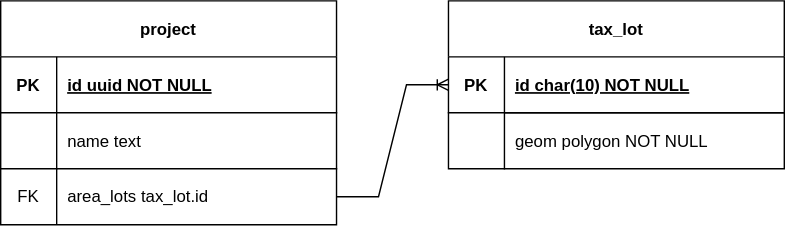
Before: diagram/db.drawio.svg, a diagram exported from draw.io (TangoYankee/purple-hawk). Source tidied: cells renumbered, new cells last; positions are measured from the earlier drawing's top-left corner, leaving out a move shared by most shapes. The source it was exported from:
```xml
<mxGraphModel>
  <root>
    <mxCell id="0" />
    <mxCell id="1" parent="0" />
    <mxCell id="2" value="project" style="shape=table;startSize=40;rowLines=0;fontStyle=1;align=center;" parent="1" vertex="1">
      <mxGeometry width="240" height="160" as="geometry" />
    </mxCell>
    <mxCell id="3" style="shape=partialRectangle;fillColor=none;top=0;left=0;right=0;bottom=1;" parent="2" vertex="1">
      <mxGeometry y="40" width="240" height="40" as="geometry" />
    </mxCell>
    <mxCell id="4" value="PK" style="shape=partialRectangle;overflow=hidden;fillColor=none;top=0;left=0;bottom=0;right=0;fontStyle=1;" parent="3" vertex="1">
      <mxGeometry width="40" height="40" as="geometry" />
    </mxCell>
    <mxCell id="5" value="id uuid NOT NULL" style="shape=partialRectangle;overflow=hidden;fillColor=none;top=0;left=0;bottom=0;right=0;align=left;spacingLeft=6;fontStyle=5;" parent="3" vertex="1">
      <mxGeometry x="40" width="200" height="40" as="geometry" />
    </mxCell>
    <mxCell id="6" style="shape=partialRectangle;fillColor=none;top=0;left=0;right=0;bottom=0;" parent="2" vertex="1">
      <mxGeometry y="80" width="240" height="40" as="geometry" />
    </mxCell>
    <mxCell id="7" style="shape=partialRectangle;overflow=hidden;fillColor=none;top=0;left=0;bottom=0;right=0;" parent="6" vertex="1">
      <mxGeometry width="40" height="40" as="geometry" />
    </mxCell>
    <mxCell id="8" style="shape=partialRectangle;overflow=hidden;fillColor=none;top=0;left=0;bottom=0;right=0;align=left;spacingLeft=6;" parent="6" vertex="1">
      <mxGeometry x="40" width="200" height="40" as="geometry" />
    </mxCell>
    <mxCell id="9" style="shape=tableRow;horizontal=0;startSize=0;swimlaneHead=0;swimlaneBody=0;fillColor=none;points=[[0,0.5],[1,0.5]];portConstraint=eastwest;top=0;left=0;right=0;bottom=0;" parent="2" vertex="1">
      <mxGeometry y="120" width="240" height="40" as="geometry" />
    </mxCell>
    <mxCell id="10" value="FK" style="shape=partialRectangle;fillColor=none;top=0;left=0;bottom=0;right=0;fontStyle=0;overflow=hidden;whiteSpace=wrap;html=1;" parent="9" vertex="1">
      <mxGeometry width="40" height="40" as="geometry" />
    </mxCell>
    <mxCell id="11" value="area_lots tax_lot.id" style="shape=partialRectangle;fillColor=none;top=1;left=0;bottom=0;right=0;align=left;spacingLeft=6;fontStyle=0;overflow=hidden;whiteSpace=wrap;html=1;" parent="9" vertex="1">
      <mxGeometry x="40" width="200" height="40" as="geometry" />
    </mxCell>
    <mxCell id="12" style="shape=partialRectangle;overflow=hidden;fillColor=none;top=1;left=0;bottom=0;right=0;" parent="1" vertex="1">
      <mxGeometry y="120" width="40" height="40" as="geometry" />
    </mxCell>
    <mxCell id="13" value="name text" style="shape=partialRectangle;overflow=hidden;fillColor=none;top=0;left=0;bottom=0;right=0;align=left;spacingLeft=6;" parent="1" vertex="1">
      <mxGeometry x="40" y="80" width="200" height="40" as="geometry" />
    </mxCell>
    <mxCell id="14" style="group;" parent="1" vertex="1">
      <mxGeometry x="320" width="240" height="160" as="geometry" />
    </mxCell>
    <mxCell id="15" style="group;" parent="14" vertex="1">
      <mxGeometry width="240" height="120" as="geometry" />
    </mxCell>
    <mxCell id="16" value="tax_lot" style="shape=table;startSize=40;rowLines=0;fontStyle=1;align=center;" parent="15" vertex="1">
      <mxGeometry width="240" height="120" as="geometry" />
    </mxCell>
    <mxCell id="17" style="shape=partialRectangle;fillColor=none;points=[[0,0.5],[1,0.5]];portConstraint=eastwest;top=0;left=0;right=0;bottom=1;" parent="16" vertex="1">
      <mxGeometry y="40" width="240" height="40" as="geometry" />
    </mxCell>
    <mxCell id="18" value="PK" style="shape=partialRectangle;overflow=hidden;fillColor=none;top=0;left=0;bottom=0;right=0;fontStyle=1;" parent="17" vertex="1">
      <mxGeometry width="40" height="40" as="geometry" />
    </mxCell>
    <mxCell id="19" value="id char(10) NOT NULL " style="shape=partialRectangle;overflow=hidden;fillColor=none;top=0;left=0;bottom=0;right=0;align=left;spacingLeft=6;fontStyle=5;" parent="17" vertex="1">
      <mxGeometry x="40" width="200" height="40" as="geometry" />
    </mxCell>
    <mxCell id="20" value="geom polygon NOT NULL" style="shape=partialRectangle;overflow=hidden;fillColor=none;top=1;left=1;bottom=0;right=0;align=left;spacingLeft=6;" parent="15" vertex="1">
      <mxGeometry x="40" y="80" width="200" height="40" as="geometry" />
    </mxCell>
    <mxCell id="21" style="edgeStyle=entityRelationEdgeStyle;fontSize=12;html=1;endArrow=ERoneToMany;rounded=0;entryX=0;entryY=0.5;entryDx=0;entryDy=0;entryPerimeter=0;" parent="1" edge="1" target="17">
      <mxGeometry relative="1" as="geometry">
        <mxPoint x="240" y="140" as="sourcePoint" />
        <Array as="points">
          <mxPoint x="330" y="50" />
          <mxPoint x="330" y="50" />
        </Array>
      </mxGeometry>
    </mxCell>
  </root>
</mxGraphModel>
```
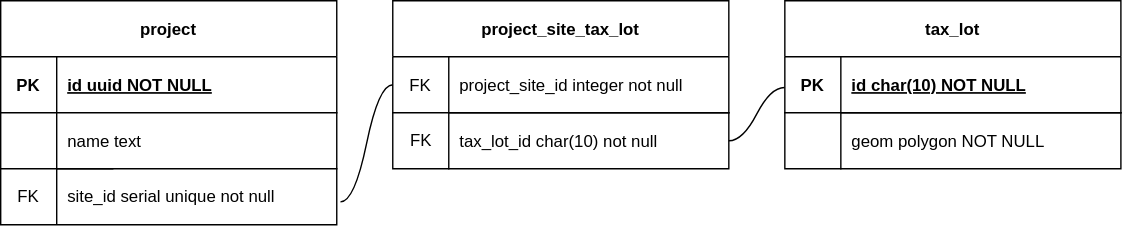
Later version of the same file.

Commit message:
relate project sites to tax lots

The edit, as a diff of the source:
```diff
@@ -3,7 +3,7 @@
     <mxCell id="0" />
     <mxCell id="1" parent="0" />
     <mxCell id="2" value="project" style="shape=table;startSize=40;rowLines=0;fontStyle=1;align=center;" parent="1" vertex="1">
-      <mxGeometry width="240" height="160" as="geometry" />
+      <mxGeometry x="-40" width="240" height="160" as="geometry" />
     </mxCell>
     <mxCell id="3" style="shape=partialRectangle;fillColor=none;top=0;left=0;right=0;bottom=1;" parent="2" vertex="1">
       <mxGeometry y="40" width="240" height="40" as="geometry" />
@@ -17,7 +17,7 @@
     <mxCell id="6" style="shape=partialRectangle;fillColor=none;top=0;left=0;right=0;bottom=0;" parent="2" vertex="1">
       <mxGeometry y="80" width="240" height="40" as="geometry" />
     </mxCell>
-    <mxCell id="7" style="shape=partialRectangle;overflow=hidden;fillColor=none;top=0;left=0;bottom=0;right=0;" parent="6" vertex="1">
+    <mxCell id="7" style="shape=partialRectangle;overflow=hidden;fillColor=none;top=0;left=0;bottom=1;right=0;" parent="6" vertex="1">
       <mxGeometry width="40" height="40" as="geometry" />
     </mxCell>
     <mxCell id="8" style="shape=partialRectangle;overflow=hidden;fillColor=none;top=0;left=0;bottom=0;right=0;align=left;spacingLeft=6;" parent="6" vertex="1">
@@ -29,17 +29,17 @@
     <mxCell id="10" value="FK" style="shape=partialRectangle;fillColor=none;top=0;left=0;bottom=0;right=0;fontStyle=0;overflow=hidden;whiteSpace=wrap;html=1;" parent="9" vertex="1">
       <mxGeometry width="40" height="40" as="geometry" />
     </mxCell>
-    <mxCell id="11" value="area_lots tax_lot.id" style="shape=partialRectangle;fillColor=none;top=1;left=0;bottom=0;right=0;align=left;spacingLeft=6;fontStyle=0;overflow=hidden;whiteSpace=wrap;html=1;" parent="9" vertex="1">
+    <mxCell id="11" value="site_id serial unique not null" style="shape=partialRectangle;fillColor=none;top=1;left=0;bottom=0;right=0;align=left;spacingLeft=6;fontStyle=0;overflow=hidden;whiteSpace=wrap;html=1;" parent="9" vertex="1">
       <mxGeometry x="40" width="200" height="40" as="geometry" />
     </mxCell>
     <mxCell id="12" style="shape=partialRectangle;overflow=hidden;fillColor=none;top=1;left=0;bottom=0;right=0;" parent="1" vertex="1">
       <mxGeometry y="120" width="40" height="40" as="geometry" />
     </mxCell>
     <mxCell id="13" value="name text" style="shape=partialRectangle;overflow=hidden;fillColor=none;top=0;left=0;bottom=0;right=0;align=left;spacingLeft=6;" parent="1" vertex="1">
-      <mxGeometry x="40" y="80" width="200" height="40" as="geometry" />
+      <mxGeometry y="80" width="200" height="40" as="geometry" />
     </mxCell>
     <mxCell id="14" style="group;" parent="1" vertex="1">
-      <mxGeometry x="320" width="240" height="160" as="geometry" />
+      <mxGeometry x="520" width="240" height="160" as="geometry" />
     </mxCell>
     <mxCell id="15" style="group;" parent="14" vertex="1">
       <mxGeometry width="240" height="120" as="geometry" />
@@ -59,14 +59,37 @@
     <mxCell id="20" value="geom polygon NOT NULL" style="shape=partialRectangle;overflow=hidden;fillColor=none;top=1;left=1;bottom=0;right=0;align=left;spacingLeft=6;" parent="15" vertex="1">
       <mxGeometry x="40" y="80" width="200" height="40" as="geometry" />
     </mxCell>
-    <mxCell id="21" style="edgeStyle=entityRelationEdgeStyle;fontSize=12;html=1;endArrow=ERoneToMany;rounded=0;entryX=0;entryY=0.5;entryDx=0;entryDy=0;entryPerimeter=0;" parent="1" edge="1" target="17">
-      <mxGeometry relative="1" as="geometry">
-        <mxPoint x="240" y="140" as="sourcePoint" />
-        <Array as="points">
-          <mxPoint x="330" y="50" />
-          <mxPoint x="330" y="50" />
-        </Array>
-      </mxGeometry>
-    </mxCell>
+    <mxCell id="22" style="group;" parent="1" vertex="1">
+      <mxGeometry x="240" width="240" height="120" as="geometry" />
+    </mxCell>
+    <mxCell id="23" style="group;" parent="22" vertex="1">
+      <mxGeometry width="240" height="120" as="geometry" />
+    </mxCell>
+    <mxCell id="24" value="project_site_tax_lot" style="shape=table;startSize=40;rowLines=0;fontStyle=1;align=center;" parent="23" vertex="1">
+      <mxGeometry width="240" height="120" as="geometry" />
+    </mxCell>
+    <mxCell id="25" style="shape=partialRectangle;fillColor=none;points=[[0,0.5],[1,0.5]];portConstraint=eastwest;top=0;left=0;right=0;bottom=1;" parent="24" vertex="1">
+      <mxGeometry y="40" width="240" height="40" as="geometry" />
+    </mxCell>
+    <mxCell id="26" value="FK" style="shape=partialRectangle;overflow=hidden;fillColor=none;top=0;left=0;bottom=0;right=0;fontStyle=0;" parent="25" vertex="1">
+      <mxGeometry width="40" height="40" as="geometry" />
+    </mxCell>
+    <mxCell id="27" value="project_site_id integer not null" style="shape=partialRectangle;overflow=hidden;fillColor=none;top=0;left=0;bottom=0;right=0;align=left;spacingLeft=6;fontStyle=0;" parent="25" vertex="1">
+      <mxGeometry x="40" width="200" height="40" as="geometry" />
+    </mxCell>
+    <mxCell id="28" value="tax_lot_id char(10) not null" style="shape=partialRectangle;overflow=hidden;fillColor=none;top=1;left=1;bottom=0;right=0;align=left;spacingLeft=6;" parent="23" vertex="1">
+      <mxGeometry x="40" y="80" width="200" height="40" as="geometry" />
+    </mxCell>
+    <mxCell id="29" value="FK" style="text;html=1;align=center;verticalAlign=middle;strokeColor=none;fillColor=none;" parent="23" vertex="1">
+      <mxGeometry y="85" width="40" height="30" as="geometry" />
+    </mxCell>
+    <mxCell id="30" style="edgeStyle=entityRelationEdgeStyle;startArrow=none;endArrow=none;segment=10;curved=1;sourcePerimeterSpacing=0;targetPerimeterSpacing=0;entryX=1.011;entryY=0.59;entryDx=0;entryDy=0;entryPerimeter=0;exitX=0;exitY=0.5;exitDx=0;exitDy=0;" parent="1" edge="1" source="25" target="9">
+      <mxGeometry relative="1" as="geometry" />
+    </mxCell>
+    <mxCell id="31" style="edgeStyle=entityRelationEdgeStyle;startArrow=none;endArrow=none;segment=10;curved=1;sourcePerimeterSpacing=0;targetPerimeterSpacing=0;entryX=-0.001;entryY=0.547;entryDx=0;entryDy=0;entryPerimeter=0;" parent="1" edge="1" target="17">
+      <mxGeometry relative="1" as="geometry">
+        <mxPoint x="480" y="100" as="sourcePoint" />
+      </mxGeometry>
+    </mxCell>
   </root>
 </mxGraphModel>
```
